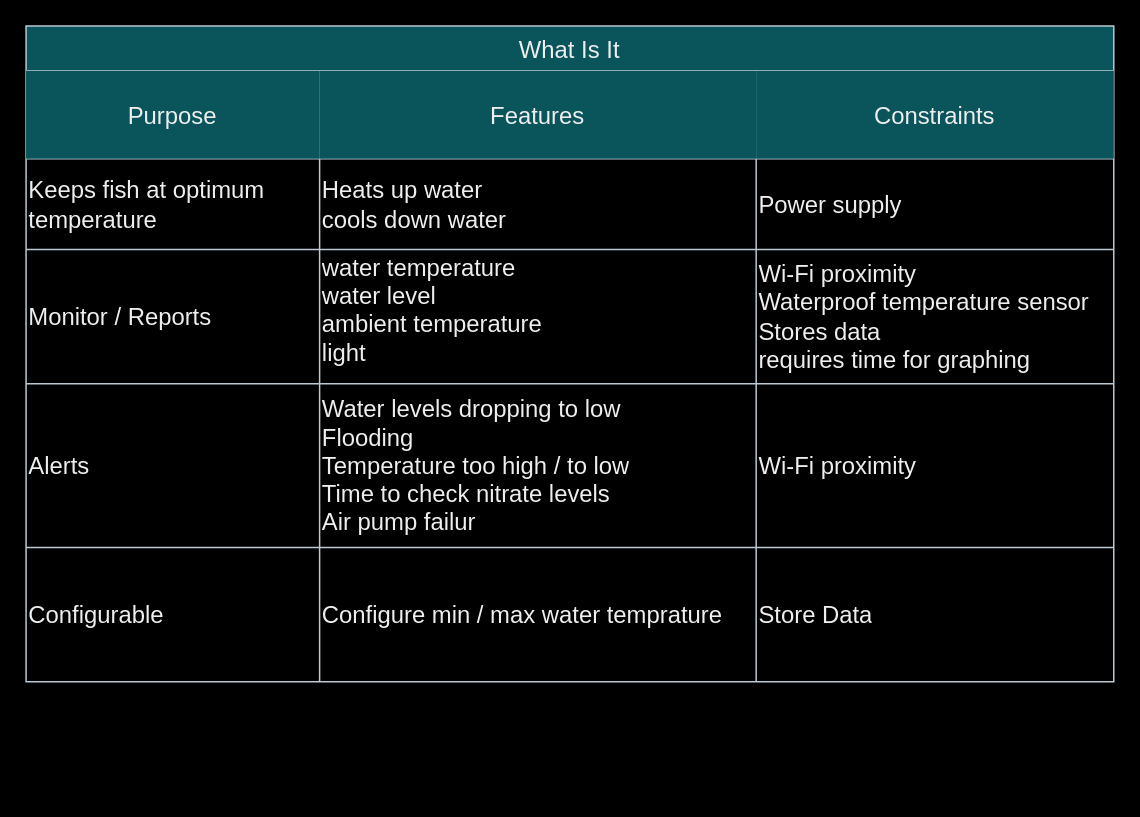
The draw.io diagram page "What is it" (1 of 3) of docs/draw.io/code-structure.drawio in Mair/code-structure, before the edit. Source tidied: cells renumbered, new cells numbered last; positions are measured from the earlier drawing's top-left corner, leaving out a move shared by most shapes. Both pictures are drawn from the tidied source at 149%, with x=0, y=0 at pixel (25, 25).
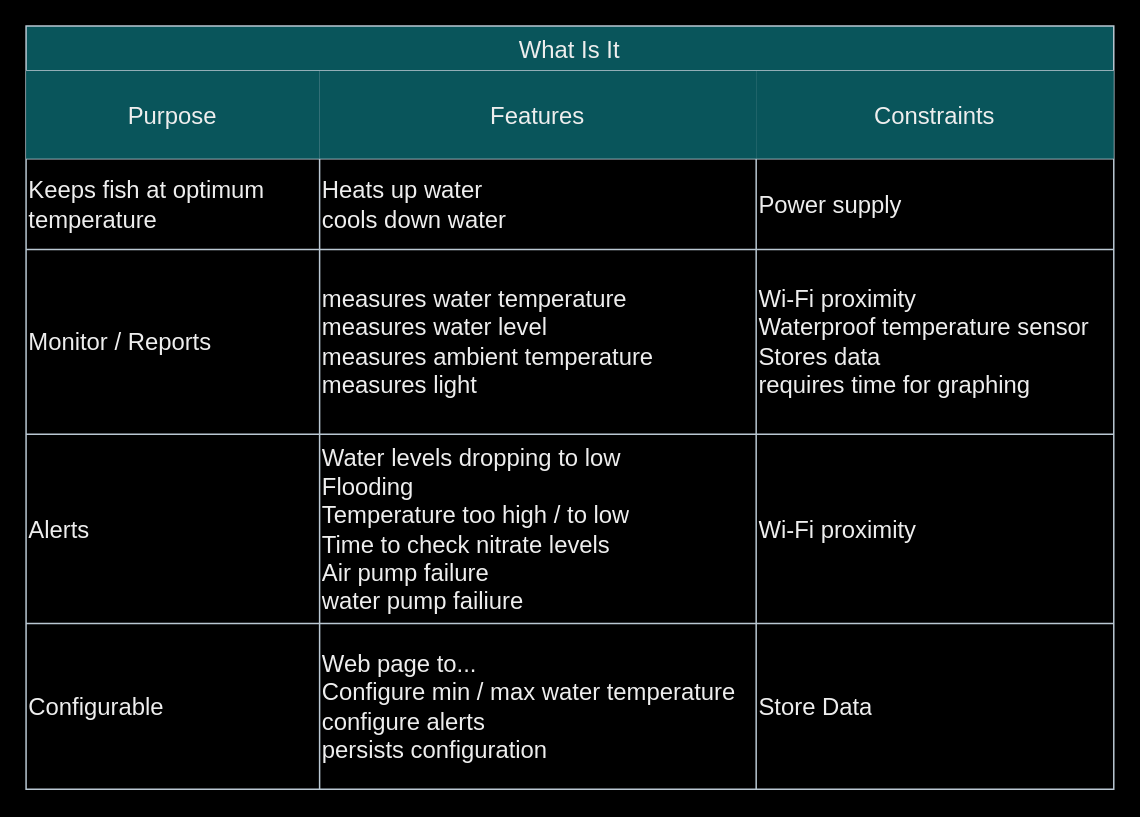
Above is the later version.

Diff of the diagram source:
```diff
@@
     <mxCell id="2" value="What Is It" style="shape=table;startSize=30;childLayout=tableLayout;strokeColor=#BAC8D3;fontSize=16;fillColor=#09555B;rowLines=1;columnLines=1;comic=0;fontColor=#EEEEEE;labelBackgroundColor=none;" parent="1" vertex="1">
-      <mxGeometry width="730" height="440" as="geometry" />
+      <mxGeometry width="730" height="512.2" as="geometry" />
     </mxCell>
@@
     <mxCell id="11" style="shape=tableRow;horizontal=0;startSize=0;swimlaneHead=0;swimlaneBody=0;strokeColor=#BAC8D3;top=0;left=0;bottom=0;right=0;fillColor=none;fontSize=16;labelBackgroundColor=none;fontColor=#EEEEEE;" parent="2" vertex="1">
-      <mxGeometry y="150" width="730" height="90" as="geometry" />
+      <mxGeometry y="150" width="730" height="124" as="geometry" />
     </mxCell>
     <mxCell id="12" value="Monitor / Reports" style="shape=partialRectangle;html=1;whiteSpace=wrap;strokeColor=#BAC8D3;overflow=hidden;fillColor=none;top=0;left=0;bottom=0;right=0;fontSize=16;align=left;labelBackgroundColor=none;fontColor=#EEEEEE;" parent="11" vertex="1">
-      <mxGeometry width="197" height="90" as="geometry" />
+      <mxGeometry width="197" height="124" as="geometry" />
     </mxCell>
-    <mxCell id="13" value="&lt;span style=&quot;background-color: initial;&quot;&gt;water temperature&lt;br&gt;water level&lt;br&gt;ambient temperature&amp;nbsp;&lt;br&gt;&lt;/span&gt;&lt;span style=&quot;background-color: initial;&quot;&gt;light&lt;br&gt;&lt;/span&gt;&lt;span style=&quot;background-color: initial;&quot;&gt;&lt;br&gt;&lt;/span&gt;" style="shape=partialRectangle;html=1;whiteSpace=wrap;strokeColor=#BAC8D3;overflow=hidden;fillColor=none;top=0;left=0;bottom=0;right=0;fontSize=16;align=left;labelBackgroundColor=none;fontColor=#EEEEEE;" parent="11" vertex="1">
-      <mxGeometry x="197" width="293" height="90" as="geometry" />
+    <mxCell id="13" value="&lt;span style=&quot;background-color: initial;&quot;&gt;&lt;br&gt;measures water temperature&lt;br&gt;measures water level&lt;br&gt;measures ambient temperature&amp;nbsp;&lt;br&gt;&lt;/span&gt;&lt;span style=&quot;background-color: initial;&quot;&gt;measures light&lt;br&gt;&lt;/span&gt;&lt;span style=&quot;background-color: initial;&quot;&gt;&lt;br&gt;&lt;/span&gt;" style="shape=partialRectangle;html=1;whiteSpace=wrap;strokeColor=#BAC8D3;overflow=hidden;fillColor=none;top=0;left=0;bottom=0;right=0;fontSize=16;align=left;labelBackgroundColor=none;fontColor=#EEEEEE;" parent="11" vertex="1">
+      <mxGeometry x="197" width="293" height="124" as="geometry" />
     </mxCell>
     <mxCell id="14" value="Wi-Fi proximity&amp;nbsp;&lt;br&gt;Waterproof temperature sensor&lt;br&gt;Stores data&lt;br&gt;requires time for graphing" style="shape=partialRectangle;html=1;whiteSpace=wrap;strokeColor=#BAC8D3;overflow=hidden;fillColor=none;top=0;left=0;bottom=0;right=0;fontSize=16;align=left;labelBackgroundColor=none;fontColor=#EEEEEE;" parent="11" vertex="1">
-      <mxGeometry x="490" width="240" height="90" as="geometry" />
+      <mxGeometry x="490" width="240" height="124" as="geometry" />
     </mxCell>
     <mxCell id="15" style="shape=tableRow;horizontal=0;startSize=0;swimlaneHead=0;swimlaneBody=0;strokeColor=#BAC8D3;top=0;left=0;bottom=0;right=0;fillColor=none;fontSize=16;labelBackgroundColor=none;fontColor=#EEEEEE;" parent="2" vertex="1">
-      <mxGeometry y="240" width="730" height="110" as="geometry" />
+      <mxGeometry y="274" width="730" height="127" as="geometry" />
     </mxCell>
     <mxCell id="16" value="Alerts" style="shape=partialRectangle;html=1;whiteSpace=wrap;strokeColor=#BAC8D3;overflow=hidden;fillColor=none;top=0;left=0;bottom=0;right=0;fontSize=16;align=left;labelBackgroundColor=none;fontColor=#EEEEEE;" parent="15" vertex="1">
-      <mxGeometry width="197" height="110" as="geometry" />
+      <mxGeometry width="197" height="127" as="geometry" />
     </mxCell>
-    <mxCell id="17" value="Water levels dropping to low&lt;br&gt;Flooding&lt;br&gt;Temperature too high / to low&lt;br&gt;Time to check nitrate levels&lt;br&gt;Air pump failur" style="shape=partialRectangle;html=1;whiteSpace=wrap;strokeColor=#BAC8D3;overflow=hidden;fillColor=none;top=0;left=0;bottom=0;right=0;fontSize=16;align=left;labelBackgroundColor=none;fontColor=#EEEEEE;" parent="15" vertex="1">
-      <mxGeometry x="197" width="293" height="110" as="geometry" />
+    <mxCell id="17" value="Water levels dropping to low&lt;br&gt;Flooding&lt;br&gt;Temperature too high / to low&lt;br&gt;Time to check nitrate levels&lt;br&gt;Air pump failure&lt;br&gt;water pump failiure" style="shape=partialRectangle;html=1;whiteSpace=wrap;strokeColor=#BAC8D3;overflow=hidden;fillColor=none;top=0;left=0;bottom=0;right=0;fontSize=16;align=left;labelBackgroundColor=none;fontColor=#EEEEEE;" parent="15" vertex="1">
+      <mxGeometry x="197" width="293" height="127" as="geometry" />
     </mxCell>
     <mxCell id="18" value="Wi-Fi proximity&amp;nbsp;" style="shape=partialRectangle;html=1;whiteSpace=wrap;strokeColor=#BAC8D3;overflow=hidden;fillColor=none;top=0;left=0;bottom=0;right=0;fontSize=16;align=left;labelBackgroundColor=none;fontColor=#EEEEEE;" parent="15" vertex="1">
-      <mxGeometry x="490" width="240" height="110" as="geometry" />
+      <mxGeometry x="490" width="240" height="127" as="geometry" />
     </mxCell>
     <mxCell id="19" style="shape=tableRow;horizontal=0;startSize=0;swimlaneHead=0;swimlaneBody=0;strokeColor=#BAC8D3;top=0;left=0;bottom=0;right=0;fillColor=none;fontSize=16;labelBackgroundColor=none;fontColor=#EEEEEE;" parent="2" vertex="1">
-      <mxGeometry y="350" width="730" height="90" as="geometry" />
+      <mxGeometry y="401" width="730" height="111" as="geometry" />
     </mxCell>
     <mxCell id="20" value="Configurable" style="shape=partialRectangle;html=1;whiteSpace=wrap;strokeColor=#BAC8D3;overflow=hidden;fillColor=none;top=0;left=0;bottom=0;right=0;fontSize=16;align=left;labelBackgroundColor=none;fontColor=#EEEEEE;" parent="19" vertex="1">
-      <mxGeometry width="197" height="90" as="geometry" />
+      <mxGeometry width="197" height="111" as="geometry" />
     </mxCell>
-    <mxCell id="21" value="Configure min / max water temprature" style="shape=partialRectangle;html=1;whiteSpace=wrap;strokeColor=#BAC8D3;overflow=hidden;fillColor=none;top=0;left=0;bottom=0;right=0;fontSize=16;align=left;labelBackgroundColor=none;fontColor=#EEEEEE;" parent="19" vertex="1">
-      <mxGeometry x="197" width="293" height="90" as="geometry" />
+    <mxCell id="21" value="Web page to...&lt;br&gt;Configure min / max water temperature&lt;br&gt;configure alerts&lt;br&gt;persists configuration" style="shape=partialRectangle;html=1;whiteSpace=wrap;strokeColor=#BAC8D3;overflow=hidden;fillColor=none;top=0;left=0;bottom=0;right=0;fontSize=16;align=left;labelBackgroundColor=none;fontColor=#EEEEEE;" parent="19" vertex="1">
+      <mxGeometry x="197" width="293" height="111" as="geometry" />
     </mxCell>
     <mxCell id="22" value="Store Data" style="shape=partialRectangle;html=1;whiteSpace=wrap;strokeColor=#BAC8D3;overflow=hidden;fillColor=none;top=0;left=0;bottom=0;right=0;fontSize=16;align=left;labelBackgroundColor=none;fontColor=#EEEEEE;" parent="19" vertex="1">
-      <mxGeometry x="490" width="240" height="90" as="geometry" />
+      <mxGeometry x="490" width="240" height="111" as="geometry" />
     </mxCell>
```
